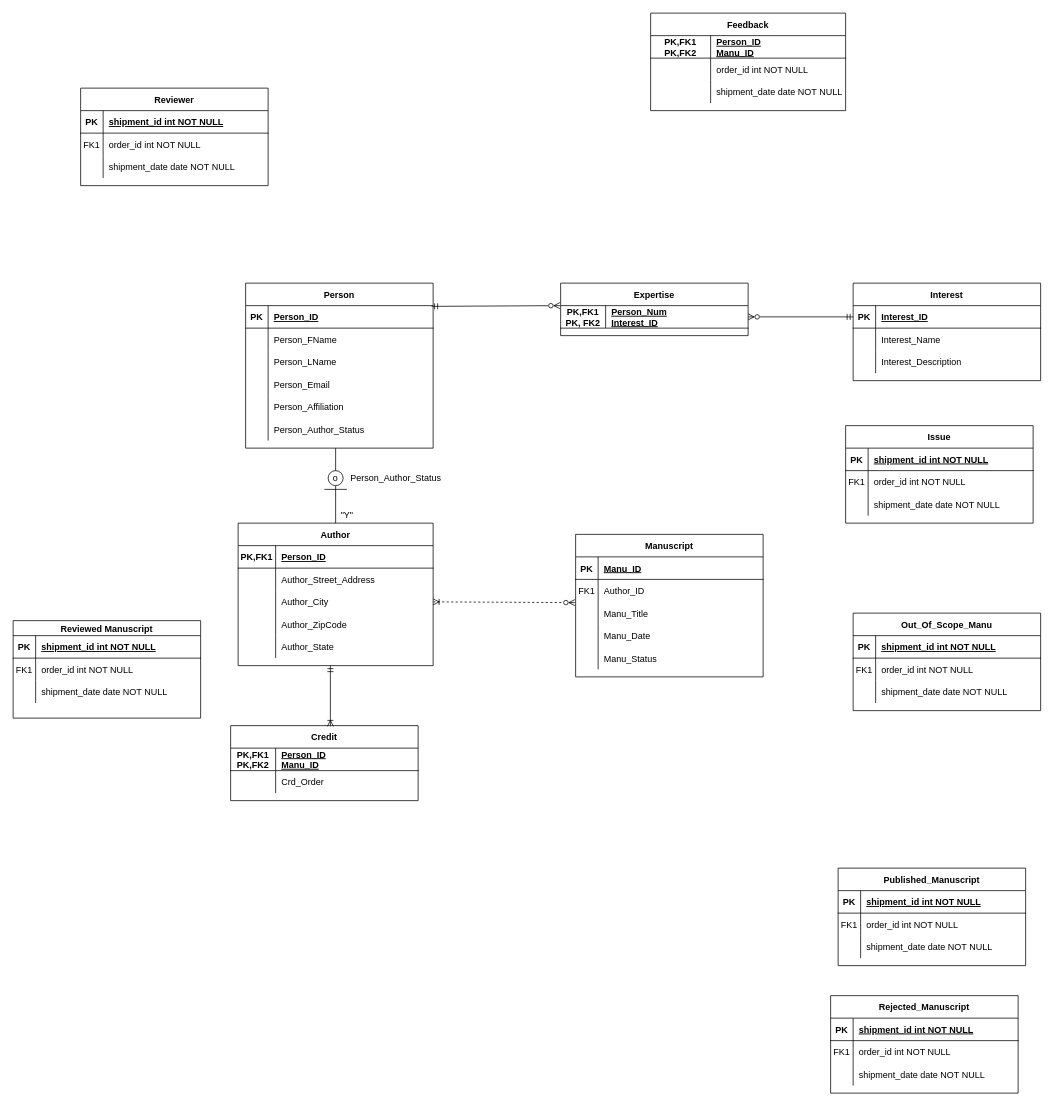
The draw.io diagram Untitled Diagram.drawio in kwoehrer/DatabaseHw, before the edit. Source tidied: cells renumbered, new cells numbered last; positions are measured from the earlier drawing's top-left corner, leaving out a move shared by most shapes. Both pictures are drawn from the tidied source at 75%, with x=0, y=0 at pixel (13, 13).
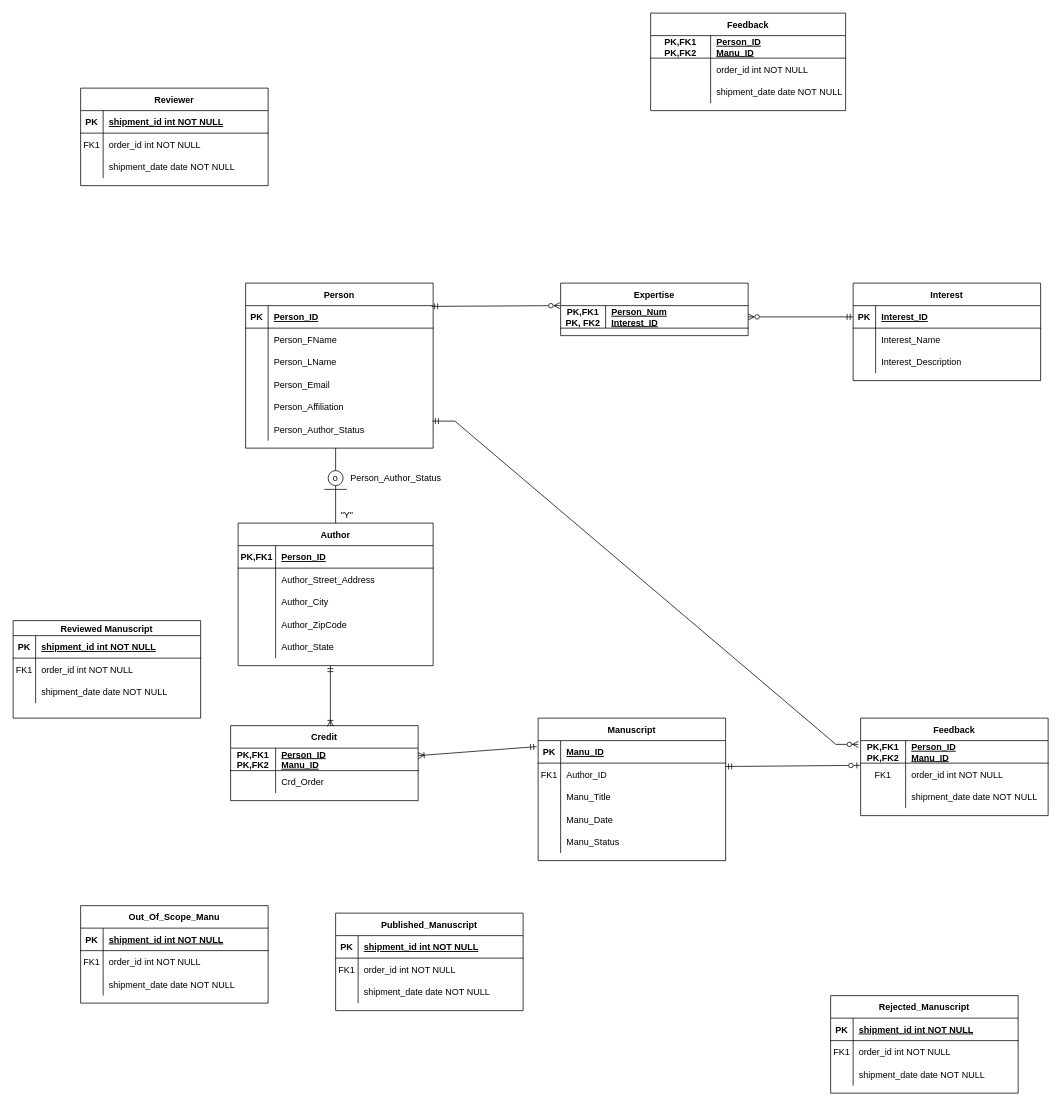
After the change.

Commit message:
Almost done w/ this one

Unchanged cells that the change refers to:
```xml
<mxCell id="3" style="shape=partialRectangle;fillColor=none;points=[[0,0.5],[1,0.5]];portConstraint=eastwest;top=0;left=0;right=0;bottom=1;" parent="2" vertex="1">
  <mxGeometry y="30" width="250" height="30" as="geometry" />
</mxCell>
<mxCell id="6" style="shape=partialRectangle;fillColor=none;points=[[0,0.5],[1,0.5]];portConstraint=eastwest;top=0;left=0;right=0;bottom=0;" parent="2" vertex="1">
  <mxGeometry y="60" width="250" height="30" as="geometry" />
</mxCell>
<mxCell id="34" style="shape=partialRectangle;fillColor=none;points=[[0,0.5],[1,0.5]];portConstraint=eastwest;top=0;left=0;right=0;bottom=0;" parent="18" vertex="1">
  <mxGeometry y="180" width="250" height="30" as="geometry" />
</mxCell>
<mxCell id="44" style="shape=partialRectangle;fillColor=none;points=[[0,0.5],[1,0.5]];portConstraint=eastwest;top=0;left=0;right=0;bottom=0;" parent="37" vertex="1">
  <mxGeometry y="90" width="260" height="30" as="geometry" />
</mxCell>
<mxCell id="64" style="shape=partialRectangle;fillColor=none;points=[[0,0.5],[1,0.5]];portConstraint=eastwest;top=0;left=0;right=0;bottom=1;" parent="63" vertex="1">
  <mxGeometry y="30" width="250" height="30" as="geometry" />
</mxCell>
<mxCell id="67" style="shape=partialRectangle;fillColor=none;points=[[0,0.5],[1,0.5]];portConstraint=eastwest;top=0;left=0;right=0;bottom=0;" parent="63" vertex="1">
  <mxGeometry y="60" width="250" height="30" as="geometry" />
</mxCell>
<mxCell id="70" style="shape=partialRectangle;fillColor=none;top=0;left=0;right=0;bottom=0;" parent="63" vertex="1">
  <mxGeometry y="90" width="250" height="30" as="geometry" />
</mxCell>
```

Diff of the diagram source:
```diff
@@
     <mxCell id="2" value="Manuscript" style="shape=table;startSize=30;childLayout=tableLayout;rowLines=0;fontStyle=1;align=center;" parent="1" vertex="1">
-      <mxGeometry x="750" y="695" width="250" height="190" as="geometry" />
+      <mxGeometry x="700" y="940" width="250" height="190" as="geometry" />
     </mxCell>
@@
-    <mxCell id="63" value="Issue" style="shape=table;startSize=30;childLayout=tableLayout;rowLines=0;fontStyle=1;align=center;" parent="1" vertex="1">
-      <mxGeometry x="1110" y="550" width="250" height="130" as="geometry" />
+    <mxCell id="63" value="Feedback" style="shape=table;startSize=30;childLayout=tableLayout;rowLines=0;fontStyle=1;align=center;" parent="1" vertex="1">
+      <mxGeometry x="1130" y="940" width="250" height="130" as="geometry" />
     </mxCell>
@@
-    <mxCell id="65" value="PK" style="shape=partialRectangle;overflow=hidden;fillColor=none;top=0;left=0;bottom=0;right=0;fontStyle=1;" parent="64" vertex="1">
-      <mxGeometry width="30" height="30" as="geometry" />
+    <mxCell id="65" value="PK,FK1&#10;PK,FK2" style="shape=partialRectangle;overflow=hidden;fillColor=none;top=0;left=0;bottom=0;right=0;fontStyle=1;" parent="64" vertex="1">
+      <mxGeometry width="60" height="30" as="geometry" />
     </mxCell>
-    <mxCell id="66" value="shipment_id int NOT NULL " style="shape=partialRectangle;overflow=hidden;fillColor=none;top=0;left=0;bottom=0;right=0;align=left;spacingLeft=6;fontStyle=5;" parent="64" vertex="1">
-      <mxGeometry x="30" width="220" height="30" as="geometry" />
+    <mxCell id="66" value="Person_ID&#10;Manu_ID" style="shape=partialRectangle;overflow=hidden;fillColor=none;top=0;left=0;bottom=0;right=0;align=left;spacingLeft=6;fontStyle=5;" parent="64" vertex="1">
+      <mxGeometry x="60" width="190" height="30" as="geometry" />
     </mxCell>
@@
     <mxCell id="68" value="FK1" style="shape=partialRectangle;overflow=hidden;fillColor=none;top=0;left=0;bottom=0;right=0;" parent="67" vertex="1">
-      <mxGeometry width="30" height="30" as="geometry" />
+      <mxGeometry width="60" height="30" as="geometry" />
     </mxCell>
     <mxCell id="69" value="order_id int NOT NULL" style="shape=partialRectangle;overflow=hidden;fillColor=none;top=0;left=0;bottom=0;right=0;align=left;spacingLeft=6;" parent="67" vertex="1">
-      <mxGeometry x="30" width="220" height="30" as="geometry" />
+      <mxGeometry x="60" width="190" height="30" as="geometry" />
     </mxCell>
@@
     <mxCell id="71" style="shape=partialRectangle;overflow=hidden;fillColor=none;top=0;left=0;bottom=0;right=0;" parent="70" vertex="1">
-      <mxGeometry width="30" height="30" as="geometry" />
+      <mxGeometry width="60" height="30" as="geometry" />
     </mxCell>
     <mxCell id="72" value="shipment_date date NOT NULL" style="shape=partialRectangle;overflow=hidden;fillColor=none;top=0;left=0;bottom=0;right=0;align=left;spacingLeft=6;" parent="70" vertex="1">
-      <mxGeometry x="30" width="220" height="30" as="geometry" />
+      <mxGeometry x="60" width="190" height="30" as="geometry" />
     </mxCell>
     <mxCell id="73" value="Out_Of_Scope_Manu" style="shape=table;startSize=30;childLayout=tableLayout;rowLines=0;fontStyle=1;align=center;" parent="1" vertex="1">
-      <mxGeometry x="1120" y="800" width="250" height="130" as="geometry" />
+      <mxGeometry x="90" y="1190" width="250" height="130" as="geometry" />
     </mxCell>
@@
     <mxCell id="83" value="Published_Manuscript" style="shape=table;startSize=30;childLayout=tableLayout;rowLines=0;fontStyle=1;align=center;" parent="1" vertex="1">
-      <mxGeometry x="1100" y="1140" width="250" height="130" as="geometry" />
+      <mxGeometry x="430" y="1200" width="250" height="130" as="geometry" />
     </mxCell>
@@
-    <mxCell id="107" style="endArrow=ERzeroToMany;html=1;rounded=0;entryX=-0.004;entryY=1.033;entryDx=0;entryDy=0;entryPerimeter=0;exitX=1;exitY=0.5;exitDx=0;exitDy=0;startArrow=ERoneToMany;startFill=0;endFill=0;dashed=1;" parent="1" edge="1" source="44" target="6">
-      <mxGeometry relative="1" as="geometry" />
-    </mxCell>
@@
+    <mxCell id="153" style="endArrow=ERmandOne;html=1;rounded=0;entryX=-0.008;entryY=0.267;entryDx=0;entryDy=0;entryPerimeter=0;startArrow=ERoneToMany;startFill=0;endFill=0;" parent="1" edge="1" target="3">
+      <mxGeometry relative="1" as="geometry">
+        <mxPoint x="540" y="990" as="sourcePoint" />
+      </mxGeometry>
+    </mxCell>
+    <mxCell id="154" style="edgeStyle=entityRelationEdgeStyle;fontSize=12;html=1;endArrow=ERzeroToMany;startArrow=ERmandOne;rounded=0;exitX=0.996;exitY=0.133;exitDx=0;exitDy=0;exitPerimeter=0;entryX=-0.012;entryY=0.167;entryDx=0;entryDy=0;entryPerimeter=0;startFill=0;endFill=0;" parent="1" edge="1" source="34" target="64">
+      <mxGeometry relative="1" as="geometry" />
+    </mxCell>
+    <mxCell id="155" style="endArrow=ERzeroToOne;html=1;rounded=0;entryX=-0.004;entryY=0.1;entryDx=0;entryDy=0;entryPerimeter=0;endFill=0;startArrow=ERmandOne;startFill=0;" parent="1" edge="1" target="67">
+      <mxGeometry relative="1" as="geometry">
+        <mxPoint x="950" y="1004.5" as="sourcePoint" />
+      </mxGeometry>
+    </mxCell>
```
